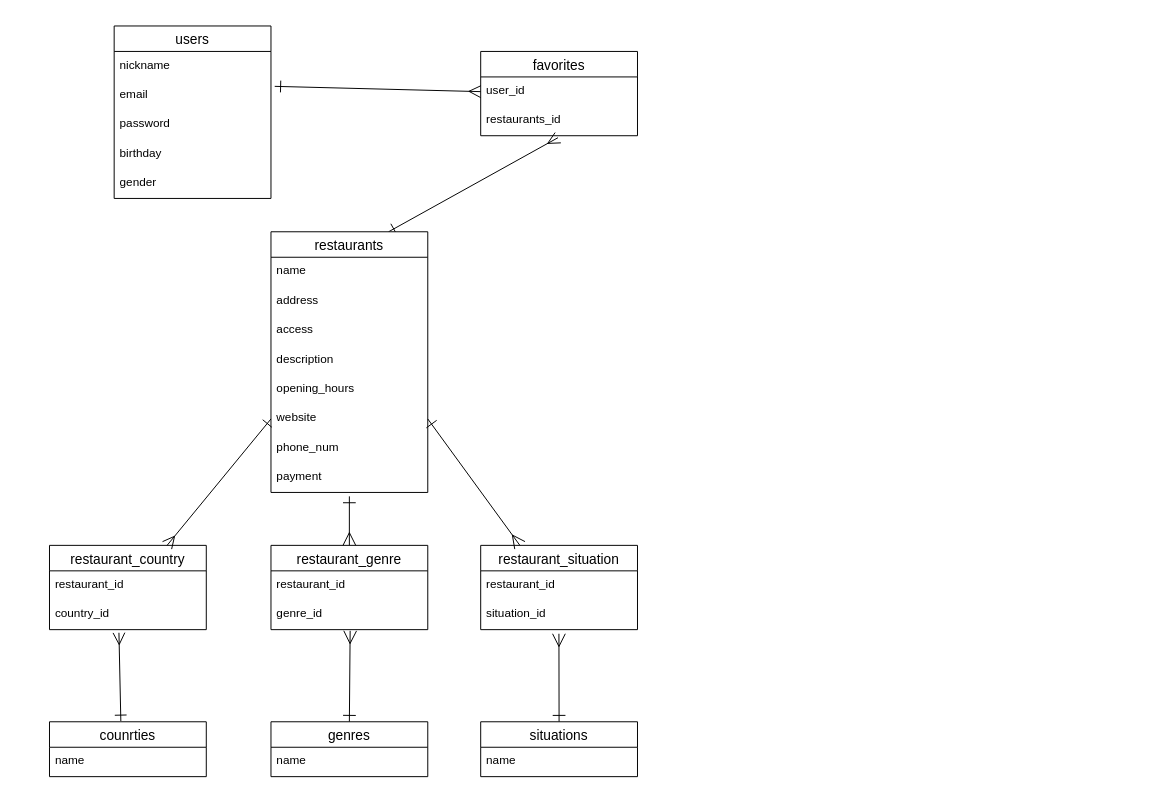
Above: ER .dio in rikookazaki/taste-trip (draw.io), before the change. Source tidied: cells renumbered, new cells numbered last; positions are measured from the earlier drawing's top-left corner, leaving out a move shared by most shapes. Both pictures are drawn from the tidied source at 98%, with x=0, y=0 at pixel (49, 25).
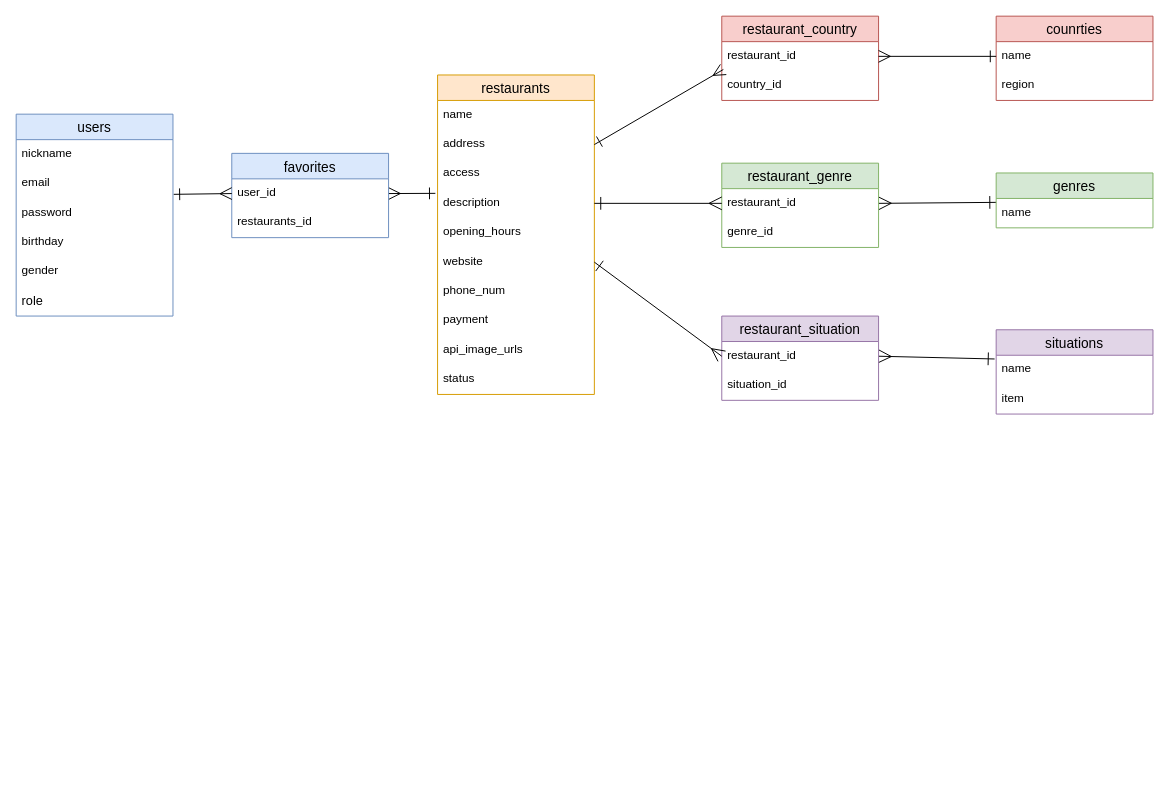
After the change.

Unchanged cells that the change refers to:
```xml
<mxCell id="5" value="address" style="text;strokeColor=none;fillColor=none;spacingLeft=4;spacingRight=4;overflow=hidden;points=[[0,0.5],[1,0.5]];portConstraint=eastwest;fontSize=12;" parent="3" vertex="1">
  <mxGeometry y="56" width="160" height="30" as="geometry" />
</mxCell>
<mxCell id="7" value="description" style="text;strokeColor=none;fillColor=none;spacingLeft=4;spacingRight=4;overflow=hidden;points=[[0,0.5],[1,0.5]];portConstraint=eastwest;fontSize=12;" parent="3" vertex="1">
  <mxGeometry y="116" width="160" height="30" as="geometry" />
</mxCell>
<mxCell id="9" value="website" style="text;strokeColor=none;fillColor=none;spacingLeft=4;spacingRight=4;overflow=hidden;points=[[0,0.5],[1,0.5]];portConstraint=eastwest;fontSize=12;" parent="3" vertex="1">
  <mxGeometry y="176" width="160" height="30" as="geometry" />
</mxCell>
<mxCell id="13" value="name" style="text;strokeColor=none;fillColor=none;spacingLeft=4;spacingRight=4;overflow=hidden;points=[[0,0.5],[1,0.5]];portConstraint=eastwest;fontSize=12;" parent="12" vertex="1">
  <mxGeometry y="26" width="160" height="30" as="geometry" />
</mxCell>
<mxCell id="19" value="name" style="text;strokeColor=none;fillColor=none;spacingLeft=4;spacingRight=4;overflow=hidden;points=[[0,0.5],[1,0.5]];portConstraint=eastwest;fontSize=12;" parent="18" vertex="1">
  <mxGeometry y="26" width="160" height="30" as="geometry" />
</mxCell>
<mxCell id="21" value="restaurant_id" style="text;strokeColor=none;fillColor=none;spacingLeft=4;spacingRight=4;overflow=hidden;points=[[0,0.5],[1,0.5]];portConstraint=eastwest;fontSize=12;" parent="20" vertex="1">
  <mxGeometry y="26" width="160" height="30" as="geometry" />
</mxCell>
<mxCell id="22" value="country_id" style="text;strokeColor=none;fillColor=none;spacingLeft=4;spacingRight=4;overflow=hidden;points=[[0,0.5],[1,0.5]];portConstraint=eastwest;fontSize=12;" parent="20" vertex="1">
  <mxGeometry y="56" width="160" height="30" as="geometry" />
</mxCell>
<mxCell id="24" value="restaurant_id" style="text;strokeColor=none;fillColor=none;spacingLeft=4;spacingRight=4;overflow=hidden;points=[[0,0.5],[1,0.5]];portConstraint=eastwest;fontSize=12;" parent="23" vertex="1">
  <mxGeometry y="26" width="160" height="30" as="geometry" />
</mxCell>
<mxCell id="25" value="situation_id" style="text;strokeColor=none;fillColor=none;spacingLeft=4;spacingRight=4;overflow=hidden;points=[[0,0.5],[1,0.5]];portConstraint=eastwest;fontSize=12;" parent="23" vertex="1">
  <mxGeometry y="56" width="160" height="30" as="geometry" />
</mxCell>
<mxCell id="27" value="restaurant_id" style="text;strokeColor=none;fillColor=none;spacingLeft=4;spacingRight=4;overflow=hidden;points=[[0,0.5],[1,0.5]];portConstraint=eastwest;fontSize=12;" parent="26" vertex="1">
  <mxGeometry y="26" width="160" height="30" as="geometry" />
</mxCell>
<mxCell id="28" value="genre_id" style="text;strokeColor=none;fillColor=none;spacingLeft=4;spacingRight=4;overflow=hidden;points=[[0,0.5],[1,0.5]];portConstraint=eastwest;fontSize=12;" parent="26" vertex="1">
  <mxGeometry y="56" width="160" height="30" as="geometry" />
</mxCell>
<mxCell id="35" value="email" style="text;strokeColor=none;fillColor=none;spacingLeft=4;spacingRight=4;overflow=hidden;points=[[0,0.5],[1,0.5]];portConstraint=eastwest;fontSize=12;" parent="33" vertex="1">
  <mxGeometry y="56" width="160" height="30" as="geometry" />
</mxCell>
<mxCell id="36" value="password" style="text;strokeColor=none;fillColor=none;spacingLeft=4;spacingRight=4;overflow=hidden;points=[[0,0.5],[1,0.5]];portConstraint=eastwest;fontSize=12;" parent="33" vertex="1">
  <mxGeometry y="86" width="160" height="30" as="geometry" />
</mxCell>
<mxCell id="40" value="user_id" style="text;strokeColor=none;fillColor=none;spacingLeft=4;spacingRight=4;overflow=hidden;points=[[0,0.5],[1,0.5]];portConstraint=eastwest;fontSize=12;" parent="39" vertex="1">
  <mxGeometry y="26" width="160" height="30" as="geometry" />
</mxCell>
<mxCell id="41" value="restaurants_id" style="text;strokeColor=none;fillColor=none;spacingLeft=4;spacingRight=4;overflow=hidden;points=[[0,0.5],[1,0.5]];portConstraint=eastwest;fontSize=12;" parent="39" vertex="1">
  <mxGeometry y="56" width="160" height="30" as="geometry" />
</mxCell>
```

Diff of the diagram source:
```diff
@@
-<mxGraphModel>
+<mxGraphModel background="#FFFFFF">
@@
-    <mxCell id="2" style="edgeStyle=none;html=1;exitX=0.75;exitY=0;exitDx=0;exitDy=0;entryX=0.493;entryY=1.067;entryDx=0;entryDy=0;entryPerimeter=0;startArrow=ERone;startFill=0;endArrow=ERmany;endFill=0;startSize=10;endSize=10;" parent="1" edge="1" source="3" target="41">
+    <mxCell id="2" style="edgeStyle=none;html=1;exitX=-0.014;exitY=0.16;exitDx=0;exitDy=0;entryX=1;entryY=0.5;entryDx=0;entryDy=0;startArrow=ERone;startFill=0;endArrow=ERmany;endFill=0;startSize=10;endSize=10;exitPerimeter=0;" parent="1" edge="1" source="7" target="40">
       <mxGeometry relative="1" as="geometry" />
     </mxCell>
-    <mxCell id="3" value="restaurants" style="swimlane;fontStyle=0;horizontal=1;startSize=26;align=center;fontSize=14;" parent="1" vertex="1">
-      <mxGeometry x="226" y="210" width="160" height="266" as="geometry" />
+    <mxCell id="3" value="restaurants" style="swimlane;fontStyle=0;horizontal=1;startSize=26;align=center;fontSize=14;fillColor=#ffe6cc;strokeColor=#d79b00;" parent="1" vertex="1">
+      <mxGeometry x="396" y="50" width="160" height="326" as="geometry" />
     </mxCell>
@@
+    <mxCell id="43" value="api_image_urls" style="text;strokeColor=none;fillColor=none;spacingLeft=4;spacingRight=4;overflow=hidden;fontSize=12;" parent="3" vertex="1">
+      <mxGeometry y="266" width="160" height="30" as="geometry" />
+    </mxCell>
+    <mxCell id="44" value="status" style="text;strokeColor=none;fillColor=none;spacingLeft=4;spacingRight=4;overflow=hidden;fontSize=12;" parent="3" vertex="1">
+      <mxGeometry y="296" width="160" height="30" as="geometry" />
+    </mxCell>
-    <mxCell id="12" value="counrties" style="swimlane;fontStyle=0;horizontal=1;startSize=26;align=center;fontSize=14;" parent="1" vertex="1">
-      <mxGeometry y="710" width="160" height="56" as="geometry" />
+    <mxCell id="12" value="counrties" style="swimlane;fontStyle=0;horizontal=1;startSize=26;align=center;fontSize=14;fillColor=#f8cecc;strokeColor=#b85450;" parent="1" vertex="1">
+      <mxGeometry x="966" y="-10" width="160" height="86" as="geometry" />
     </mxCell>
@@
+    <mxCell id="45" value="region" style="text;strokeColor=none;fillColor=none;spacingLeft=4;spacingRight=4;overflow=hidden;fontSize=12;" parent="12" vertex="1">
+      <mxGeometry y="56" width="160" height="30" as="geometry" />
+    </mxCell>
-    <mxCell id="14" style="edgeStyle=none;html=1;exitX=0.5;exitY=0;exitDx=0;exitDy=0;startArrow=ERone;startFill=0;endArrow=ERmany;endFill=0;startSize=11;endSize=11;entryX=0.505;entryY=1.04;entryDx=0;entryDy=0;entryPerimeter=0;" parent="1" edge="1" source="15" target="28">
-      <mxGeometry relative="1" as="geometry" />
+    <mxCell id="14" style="edgeStyle=none;html=1;startArrow=ERone;startFill=0;endArrow=ERmany;endFill=0;startSize=11;endSize=11;entryX=1;entryY=0.5;entryDx=0;entryDy=0;" parent="1" edge="1" target="27">
+      <mxGeometry relative="1" as="geometry">
+        <mxPoint x="966" y="180" as="sourcePoint" />
+      </mxGeometry>
     </mxCell>
-    <mxCell id="15" value="genres" style="swimlane;fontStyle=0;horizontal=1;startSize=26;align=center;fontSize=14;" parent="1" vertex="1">
-      <mxGeometry x="226" y="710" width="160" height="56" as="geometry" />
+    <mxCell id="15" value="genres" style="swimlane;fontStyle=0;horizontal=1;startSize=26;align=center;fontSize=14;fillColor=#d5e8d4;strokeColor=#82b366;" parent="1" vertex="1">
+      <mxGeometry x="966" y="150" width="160" height="56" as="geometry" />
     </mxCell>
@@
-    <mxCell id="17" style="edgeStyle=none;html=1;exitX=0.5;exitY=0;exitDx=0;exitDy=0;entryX=0.499;entryY=1.14;entryDx=0;entryDy=0;entryPerimeter=0;startArrow=ERone;startFill=0;endArrow=ERmany;endFill=0;startSize=11;endSize=11;" parent="1" edge="1" source="18" target="25">
+    <mxCell id="17" style="edgeStyle=none;html=1;exitX=-0.01;exitY=0.127;exitDx=0;exitDy=0;entryX=1;entryY=0.5;entryDx=0;entryDy=0;startArrow=ERone;startFill=0;endArrow=ERmany;endFill=0;startSize=11;endSize=11;exitPerimeter=0;" parent="1" edge="1" source="19" target="24">
       <mxGeometry relative="1" as="geometry" />
     </mxCell>
-    <mxCell id="18" value="situations" style="swimlane;fontStyle=0;horizontal=1;startSize=26;align=center;fontSize=14;" parent="1" vertex="1">
-      <mxGeometry x="440" y="710" width="160" height="56" as="geometry" />
+    <mxCell id="18" value="situations" style="swimlane;fontStyle=0;horizontal=1;startSize=26;align=center;fontSize=14;fillColor=#e1d5e7;strokeColor=#9673a6;" parent="1" vertex="1">
+      <mxGeometry x="966" y="310" width="160" height="86" as="geometry" />
     </mxCell>
@@
+    <mxCell id="46" value="item" style="text;strokeColor=none;fillColor=none;spacingLeft=4;spacingRight=4;overflow=hidden;fontSize=12;" parent="18" vertex="1">
+      <mxGeometry y="56" width="160" height="30" as="geometry" />
+    </mxCell>
-    <mxCell id="20" value="restaurant_country" style="swimlane;fontStyle=0;horizontal=1;startSize=26;align=center;fontSize=14;" parent="1" vertex="1">
-      <mxGeometry y="530" width="160" height="86" as="geometry" />
+    <mxCell id="20" value="restaurant_country" style="swimlane;fontStyle=0;horizontal=1;startSize=26;align=center;fontSize=14;fillColor=#f8cecc;strokeColor=#b85450;" parent="1" vertex="1">
+      <mxGeometry x="686" y="-10" width="160" height="86" as="geometry" />
     </mxCell>
@@
-    <mxCell id="23" value="restaurant_situation" style="swimlane;fontStyle=0;horizontal=1;startSize=26;align=center;fontSize=14;" parent="1" vertex="1">
-      <mxGeometry x="440" y="530" width="160" height="86" as="geometry" />
+    <mxCell id="23" value="restaurant_situation" style="swimlane;fontStyle=0;horizontal=1;startSize=26;align=center;fontSize=14;fillColor=#e1d5e7;strokeColor=#9673a6;" parent="1" vertex="1">
+      <mxGeometry x="686" y="296" width="160" height="86" as="geometry" />
     </mxCell>
@@
-    <mxCell id="26" value="restaurant_genre" style="swimlane;fontStyle=0;horizontal=1;startSize=26;align=center;fontSize=14;" parent="1" vertex="1">
-      <mxGeometry x="226" y="530" width="160" height="86" as="geometry" />
+    <mxCell id="26" value="restaurant_genre" style="swimlane;fontStyle=0;horizontal=1;startSize=26;align=center;fontSize=14;fillColor=#d5e8d4;strokeColor=#82b366;" parent="1" vertex="1">
+      <mxGeometry x="686" y="140" width="160" height="86" as="geometry" />
     </mxCell>
@@
-    <mxCell id="29" style="edgeStyle=none;html=1;exitX=0;exitY=0.5;exitDx=0;exitDy=0;entryX=0.75;entryY=0;entryDx=0;entryDy=0;startArrow=ERone;startFill=0;endArrow=ERmany;endFill=0;endSize=10;startSize=10;" parent="1" edge="1" source="9" target="20">
+    <mxCell id="29" style="edgeStyle=none;html=1;exitX=1;exitY=0.5;exitDx=0;exitDy=0;entryX=0.01;entryY=-0.053;entryDx=0;entryDy=0;startArrow=ERone;startFill=0;endArrow=ERmany;endFill=0;endSize=10;startSize=10;entryPerimeter=0;" parent="1" edge="1" source="5" target="22">
       <mxGeometry relative="1" as="geometry" />
     </mxCell>
-    <mxCell id="30" style="edgeStyle=none;html=1;startArrow=ERone;startFill=0;endArrow=ERmany;endFill=0;startSize=10;endSize=10;exitX=0.455;exitY=-0.014;exitDx=0;exitDy=0;entryX=0.443;entryY=1.107;entryDx=0;entryDy=0;entryPerimeter=0;exitPerimeter=0;" parent="1" edge="1" source="12" target="22">
+    <mxCell id="30" style="edgeStyle=none;html=1;startArrow=ERone;startFill=0;endArrow=ERmany;endFill=0;startSize=10;endSize=10;entryX=1;entryY=0.5;entryDx=0;entryDy=0;" parent="1" edge="1" source="13" target="21">
       <mxGeometry relative="1" as="geometry" />
     </mxCell>
-    <mxCell id="31" style="edgeStyle=none;html=1;startArrow=ERone;startFill=0;endArrow=ERmany;endFill=0;startSize=11;endSize=11;entryX=0.5;entryY=0;entryDx=0;entryDy=0;" parent="1" edge="1" target="26">
-      <mxGeometry relative="1" as="geometry">
-        <mxPoint x="306" y="480" as="sourcePoint" />
-      </mxGeometry>
+    <mxCell id="31" style="edgeStyle=none;html=1;startArrow=ERone;startFill=0;endArrow=ERmany;endFill=0;startSize=11;endSize=11;exitX=1;exitY=0.5;exitDx=0;exitDy=0;entryX=0;entryY=0.5;entryDx=0;entryDy=0;" parent="1" edge="1" source="7" target="27">
+      <mxGeometry relative="1" as="geometry" />
     </mxCell>
-    <mxCell id="32" style="edgeStyle=none;html=1;exitX=1;exitY=0.5;exitDx=0;exitDy=0;entryX=0.25;entryY=0;entryDx=0;entryDy=0;startArrow=ERone;startFill=0;endArrow=ERmany;endFill=0;startSize=11;endSize=11;" parent="1" edge="1" source="9" target="23">
+    <mxCell id="32" style="edgeStyle=none;html=1;exitX=1;exitY=0.5;exitDx=0;exitDy=0;entryX=0;entryY=0.5;entryDx=0;entryDy=0;startArrow=ERone;startFill=0;endArrow=ERmany;endFill=0;startSize=11;endSize=11;" parent="1" edge="1" source="9" target="24">
       <mxGeometry relative="1" as="geometry" />
     </mxCell>
-    <mxCell id="33" value="users" style="swimlane;fontStyle=0;horizontal=1;startSize=26;align=center;fontSize=14;" parent="1" vertex="1">
-      <mxGeometry x="66" width="160" height="176" as="geometry" />
+    <mxCell id="33" value="users" style="swimlane;fontStyle=0;horizontal=1;startSize=26;align=center;fontSize=14;fillColor=#dae8fc;strokeColor=#6c8ebf;" parent="1" vertex="1">
+      <mxGeometry x="-34" y="90" width="160" height="206" as="geometry" />
     </mxCell>
@@
+    <mxCell id="47" value="role" style="text;strokeColor=none;fillColor=none;spacingLeft=4;spacingRight=4;overflow=hidden;fontSize=13;" parent="33" vertex="1">
+      <mxGeometry y="176" width="160" height="30" as="geometry" />
+    </mxCell>
-    <mxCell id="39" value="favorites" style="swimlane;fontStyle=0;horizontal=1;startSize=26;align=center;fontSize=14;" parent="1" vertex="1">
-      <mxGeometry x="440" y="26" width="160" height="86" as="geometry" />
+    <mxCell id="39" value="favorites" style="swimlane;fontStyle=0;horizontal=1;startSize=26;align=center;fontSize=14;fillColor=#dae8fc;strokeColor=#6c8ebf;" parent="1" vertex="1">
+      <mxGeometry x="186" y="130" width="160" height="86" as="geometry" />
     </mxCell>
@@
-    <mxCell id="42" style="edgeStyle=none;html=1;exitX=1.024;exitY=0.187;exitDx=0;exitDy=0;entryX=0;entryY=0.5;entryDx=0;entryDy=0;startArrow=ERone;startFill=0;endArrow=ERmany;endFill=0;startSize=10;endSize=10;exitPerimeter=0;" parent="1" edge="1" source="35" target="40">
+    <mxCell id="42" style="edgeStyle=none;html=1;startArrow=ERone;startFill=0;endArrow=ERmany;endFill=0;startSize=10;endSize=10;exitX=1.005;exitY=-0.14;exitDx=0;exitDy=0;entryX=0;entryY=0.5;entryDx=0;entryDy=0;exitPerimeter=0;" parent="1" edge="1" source="36" target="40">
       <mxGeometry relative="1" as="geometry" />
     </mxCell>
```
